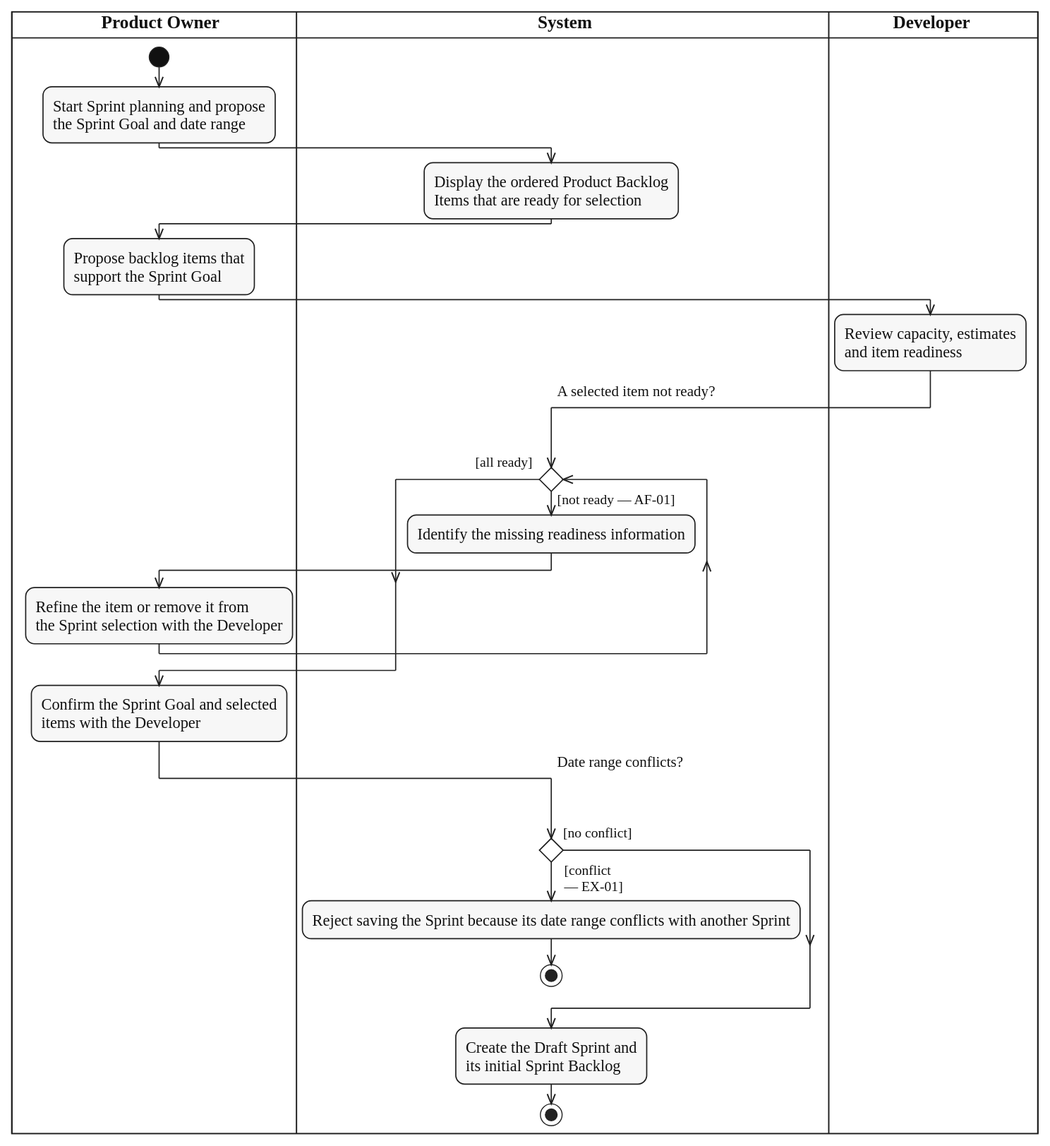
This is diagrams/activity/sprint-management/svg/UC-SPRINT-PLAN.svg from lukenab/swd392-doc-automation, a PlantUML export, as it was before one commit. Its source is kept beside it as diagrams/activity/sprint-management/source/UC-SPRINT-PLAN.puml.
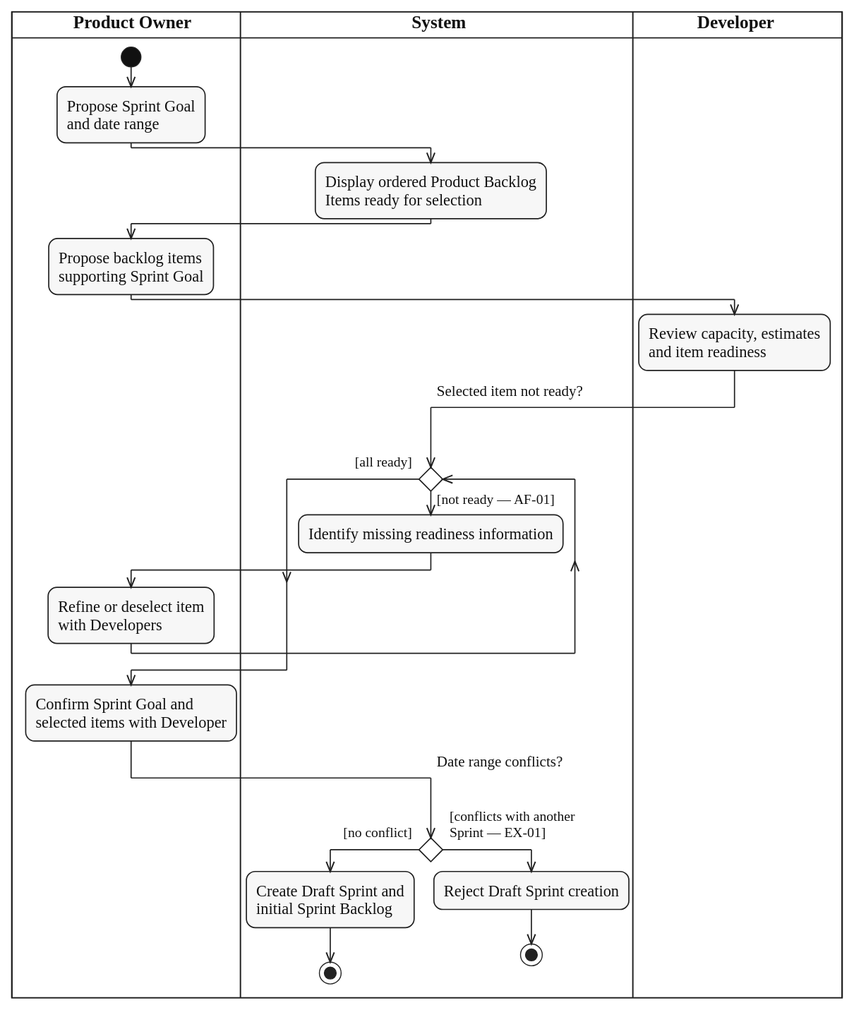
After the commit.

Commit message:
docs(activity): shorten labels in sprint-management diagrams

Diff of the diagram source:
```diff
@@ -7,35 +7,36 @@
 
 |PRO|
 start
-:Start Sprint planning and propose
-the Sprint Goal and date range;
+:Propose Sprint Goal
+and date range;
 |SYS|
-:Display the ordered Product Backlog
-Items that are ready for selection;
+:Display ordered Product Backlog
+Items ready for selection;
 |PRO|
-:Propose backlog items that
-support the Sprint Goal;
+:Propose backlog items
+supporting Sprint Goal;
 |DEV|
 :Review capacity, estimates
 and item readiness;
 |SYS|
-while ($question_x("A selected item not ready?")) is ($guard_left("[not ready — AF-01]"))
-  :Identify the missing readiness information;
+while ($question_x("Selected item not ready?")) is ($guard_left("[not ready — AF-01]"))
+  :Identify missing readiness information;
   |PRO|
-  :Refine the item or remove it from
-  the Sprint selection with the Developer;
+  :Refine or deselect item
+with Developers;
   |SYS|
 endwhile ($guard("[all ready]"))
 |PRO|
-:Confirm the Sprint Goal and selected
-items with the Developer;
+:Confirm Sprint Goal and
+selected items with Developer;
 |SYS|
 if ($question_x("Date range conflicts?")) then ($guard_left("[no conflict]"))
-else ($guard_right("[conflict", "— EX-01]"))
-  :Reject saving the Sprint because its date range conflicts with another Sprint;
+  :Create Draft Sprint and
+  initial Sprint Backlog;
+  stop
+else ($guard_right("[conflicts with another", "Sprint — EX-01]"))
+  |SYS|
+  :Reject Draft Sprint creation;
   stop
 endif
-:Create the Draft Sprint and
-its initial Sprint Backlog;
-stop
 @enduml
```
